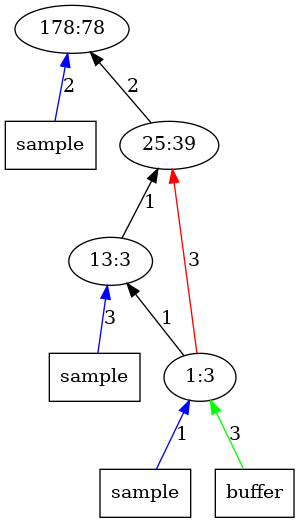
Above: outputImages/op78.png.png in AbhikKhan/MTP_IITG (Graphviz), before the change. Its source is kept beside it as outputTrees/op78.dot.
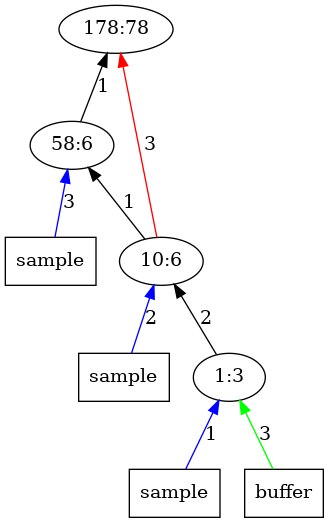
The same file after the commit.

Diff of the diagram source:
```diff
@@ -1,16 +1,16 @@
 digraph Tree{
 	rankdir="BT"
-	x11 -> 1 [label = "2", color = "blue"];
-	x11 [label = "sample", shape = "box"];
 	1 [label = "178:78"];
-	2 -> 1 [label = "2", color = "black"];
-	2 [label = "25:39"];
+	2 -> 1 [label = "1", color = "black"];
+	x21 -> 2 [label = "3", color = "blue"];
+	x21 [label = "sample", shape = "box"];
+	2 [label = "58:6"];
 	3 -> 2 [label = "1", color = "black"];
-	x31 -> 3 [label = "3", color = "blue"];
+	3 -> 1 [label = "3", color = "red"];
+	x31 -> 3 [label = "2", color = "blue"];
 	x31 [label = "sample", shape = "box"];
-	3 [label = "13:3"];
-	4 -> 2 [label = "3", color = "red"];
-	4 -> 3 [label = "1", color = "black"];
+	3 [label = "10:6"];
+	4 -> 3 [label = "2", color = "black"];
 	x41 -> 4 [label = "1", color = "blue"];
 	x41 [label = "sample", shape = "box"];
 	x42 -> 4 [label = "3", color = "green"];
```
